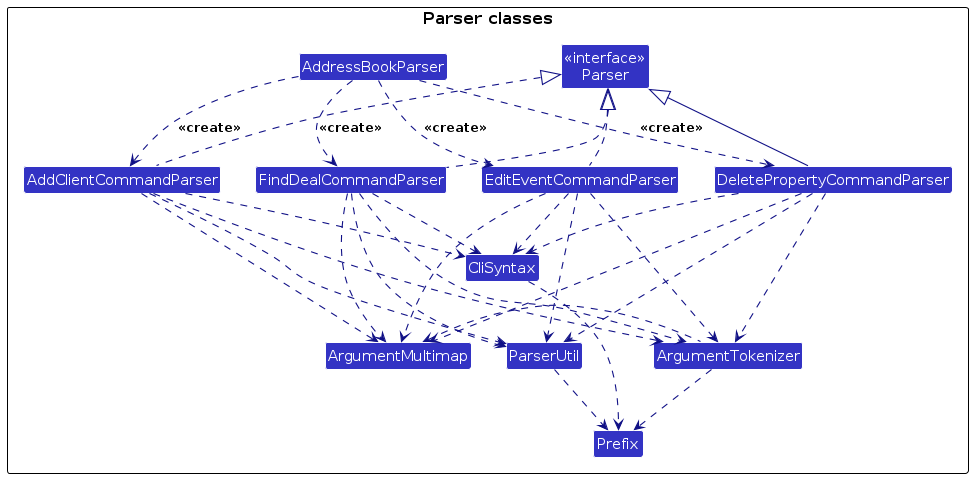
kumar2215/tp keeps this PlantUML diagram as diagrams/ParserStructure.png. Above is the earlier version. Its source is kept beside it as diagrams/ParserStructure.puml.
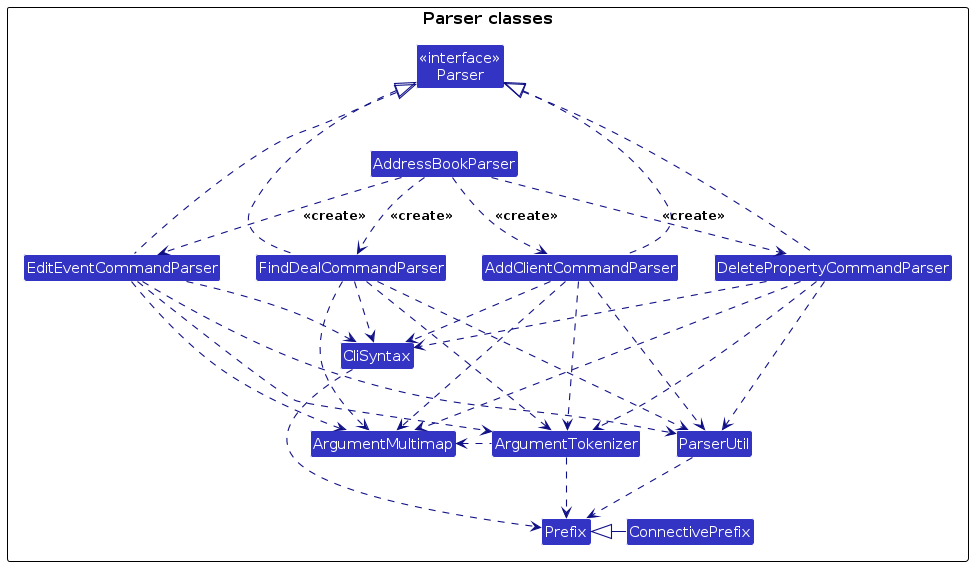
Later version of the same file.

The edit, as a diff of the source:
```diff
@@ -16,12 +16,13 @@
   Class ArgumentMultimap
   Class ArgumentTokenizer
   Class Prefix
+  Class ConnectivePrefix
 }
 
-FindDealCommandParser .up.|> Parser
+FindDealCommandParser .up..|> Parser
 AddClientCommandParser .up.|> Parser
 EditEventCommandParser .up.|> Parser
-DeletePropertyCommandParser -up-|> Parser
+DeletePropertyCommandParser .up.|> Parser
 
 AddressBookParser .down.> FindDealCommandParser : <<create>>
 AddressBookParser .down.> AddClientCommandParser : <<create>>
@@ -54,4 +55,5 @@
 
 ParserUtil .down.> Prefix
 ArgumentTokenizer .down.> Prefix
+ConnectivePrefix -left-|> Prefix
 @enduml
```
